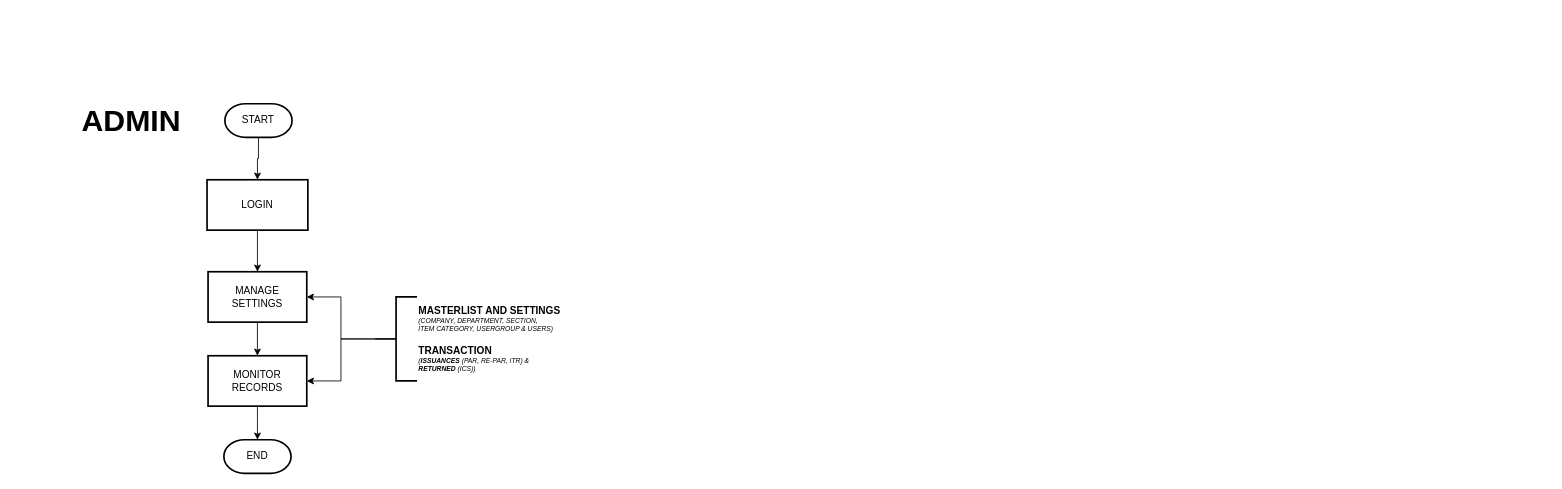
Before: page "Flowchart" (3 of 3) of DAVNORINV-Diagram.drawio in ediangca/DAVNORINV-Diagram, a draw.io diagram. Source tidied: cells renumbered, new cells numbered last; positions are measured from the earlier drawing's top-left corner, leaving out a move shared by most shapes. Both pictures are drawn from the tidied source at 84%, with x=0, y=0 at pixel (97, 103).
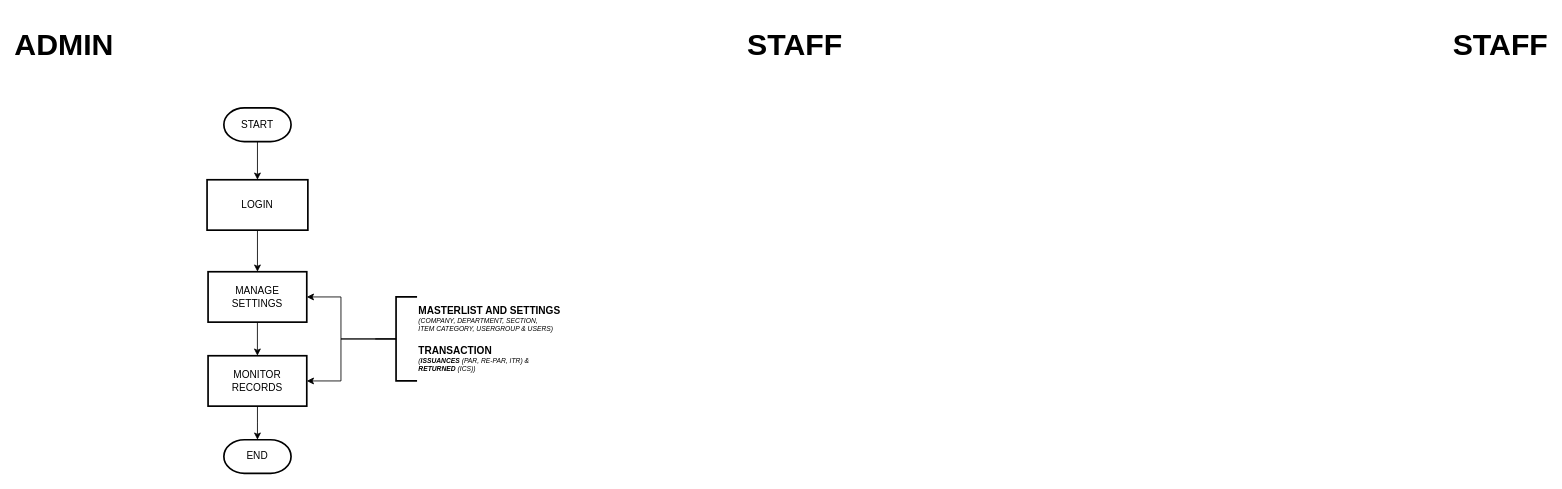
Above is the later version.

Diff of the diagram source:
```diff
@@
     <mxCell id="3" value="START" style="strokeWidth=2;html=1;shape=mxgraph.flowchart.terminator;whiteSpace=wrap;" parent="1" vertex="1">
-      <mxGeometry x="151.2" width="80" height="40" as="geometry" />
+      <mxGeometry x="150" y="5" width="80" height="40" as="geometry" />
     </mxCell>
     <mxCell id="4" style="edgeStyle=orthogonalEdgeStyle;rounded=0;orthogonalLoop=1;jettySize=auto;html=1;" parent="1" edge="1">
       <mxGeometry relative="1" as="geometry">
-        <mxPoint x="248.5" y="408.1" as="targetPoint" />
+        <mxPoint x="778.5" y="313.1" as="targetPoint" />
       </mxGeometry>
     </mxCell>
@@
     <mxCell id="8" style="edgeStyle=orthogonalEdgeStyle;rounded=0;orthogonalLoop=1;jettySize=auto;html=1;" parent="1" edge="1">
       <mxGeometry relative="1" as="geometry">
-        <mxPoint x="22.5" y="372.5" as="sourcePoint" />
+        <mxPoint x="552.5" y="277.5" as="sourcePoint" />
       </mxGeometry>
     </mxCell>
     <mxCell id="9" style="edgeStyle=orthogonalEdgeStyle;rounded=0;orthogonalLoop=1;jettySize=auto;html=1;" parent="1" edge="1">
       <mxGeometry relative="1" as="geometry">
-        <mxPoint x="82.5" y="431.5" as="sourcePoint" />
+        <mxPoint x="612.5" y="336.5" as="sourcePoint" />
       </mxGeometry>
     </mxCell>
     <mxCell id="10" style="edgeStyle=orthogonalEdgeStyle;rounded=0;orthogonalLoop=1;jettySize=auto;html=1;" parent="1" edge="1">
       <mxGeometry relative="1" as="geometry">
-        <mxPoint x="308.5" y="431.5" as="sourcePoint" />
+        <mxPoint x="838.5" y="336.5" as="sourcePoint" />
       </mxGeometry>
     </mxCell>
@@
     <mxCell id="12" value="&lt;h2&gt;&lt;span style=&quot;font-size: 36px;&quot;&gt;ADMIN&lt;/span&gt;&lt;/h2&gt;" style="text;html=1;align=center;verticalAlign=middle;whiteSpace=wrap;rounded=0;" parent="1" vertex="1">
-      <mxGeometry y="5" width="80" height="30" as="geometry" />
+      <mxGeometry x="-80" y="-85" width="80" height="30" as="geometry" />
     </mxCell>
     <mxCell id="13" style="edgeStyle=orthogonalEdgeStyle;rounded=0;orthogonalLoop=1;jettySize=auto;html=1;" parent="1" edge="1">
       <mxGeometry relative="1" as="geometry">
-        <mxPoint x="440" y="461.5" as="sourcePoint" />
+        <mxPoint x="970" y="366.5" as="sourcePoint" />
       </mxGeometry>
     </mxCell>
@@
     <mxCell id="16" style="edgeStyle=orthogonalEdgeStyle;rounded=0;orthogonalLoop=1;jettySize=auto;html=1;" parent="1" edge="1">
       <mxGeometry relative="1" as="geometry">
-        <mxPoint x="191.2" y="430.5" as="targetPoint" />
+        <mxPoint x="721.2" y="335.5" as="targetPoint" />
       </mxGeometry>
     </mxCell>
     <mxCell id="17" style="edgeStyle=orthogonalEdgeStyle;rounded=0;orthogonalLoop=1;jettySize=auto;html=1;" parent="1" edge="1">
       <mxGeometry relative="1" as="geometry">
-        <mxPoint x="191.2" y="540.5" as="targetPoint" />
+        <mxPoint x="721.2" y="445.5" as="targetPoint" />
       </mxGeometry>
     </mxCell>
@@
+    <mxCell id="24" value="&lt;h2&gt;&lt;span style=&quot;font-size: 36px;&quot;&gt;STAFF&lt;/span&gt;&lt;/h2&gt;" style="text;html=1;align=center;verticalAlign=middle;whiteSpace=wrap;rounded=0;" parent="1" vertex="1">
+      <mxGeometry x="790" y="-85" width="80" height="30" as="geometry" />
+    </mxCell>
+    <mxCell id="25" value="&lt;h2&gt;&lt;span style=&quot;font-size: 36px;&quot;&gt;STAFF&lt;/span&gt;&lt;/h2&gt;" style="text;html=1;align=center;verticalAlign=middle;whiteSpace=wrap;rounded=0;" parent="1" vertex="1">
+      <mxGeometry x="1630" y="-85" width="80" height="30" as="geometry" />
+    </mxCell>
```
